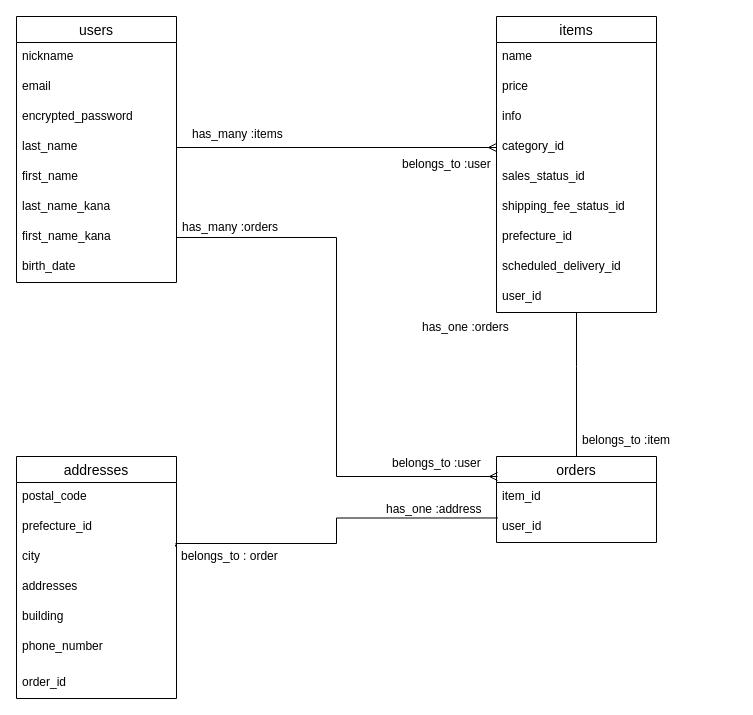
Before: README.dio in kazuki-mura/furima-35491, a draw.io diagram. Source tidied: cells renumbered, new cells numbered last; positions are measured from the earlier drawing's top-left corner, leaving out a move shared by most shapes. Both pictures are drawn from the tidied source at 100%, with x=0, y=0 at pixel (16, 16).
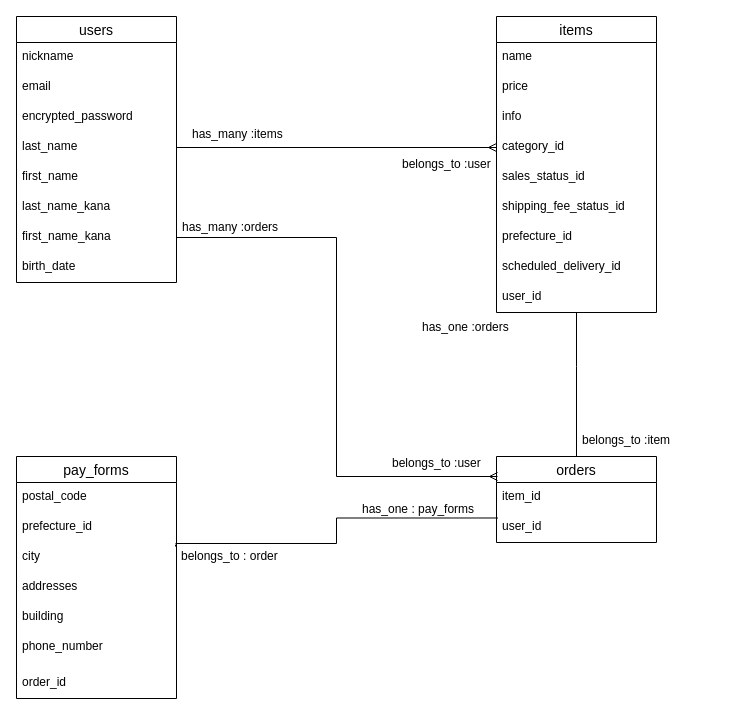
After the change.

What changed in the source:
```diff
@@
-    <mxCell id="27" value="addresses" style="swimlane;fontStyle=0;horizontal=1;startSize=26;align=center;fontSize=14;" parent="1" vertex="1">
+    <mxCell id="27" value="pay_forms" style="swimlane;fontStyle=0;horizontal=1;startSize=26;align=center;fontSize=14;" parent="1" vertex="1">
       <mxGeometry y="440" width="160" height="242" as="geometry" />
     </mxCell>
@@
-    <mxCell id="44" value="has_one :address" style="text;strokeColor=none;fillColor=none;spacingLeft=4;spacingRight=4;overflow=hidden;fontSize=12;" parent="1" vertex="1">
-      <mxGeometry x="364" y="479" width="116" height="30" as="geometry" />
+    <mxCell id="44" value="has_one : pay_forms" style="text;strokeColor=none;fillColor=none;spacingLeft=4;spacingRight=4;overflow=hidden;fontSize=12;" parent="1" vertex="1">
+      <mxGeometry x="340" y="479" width="133" height="30" as="geometry" />
     </mxCell>
```
